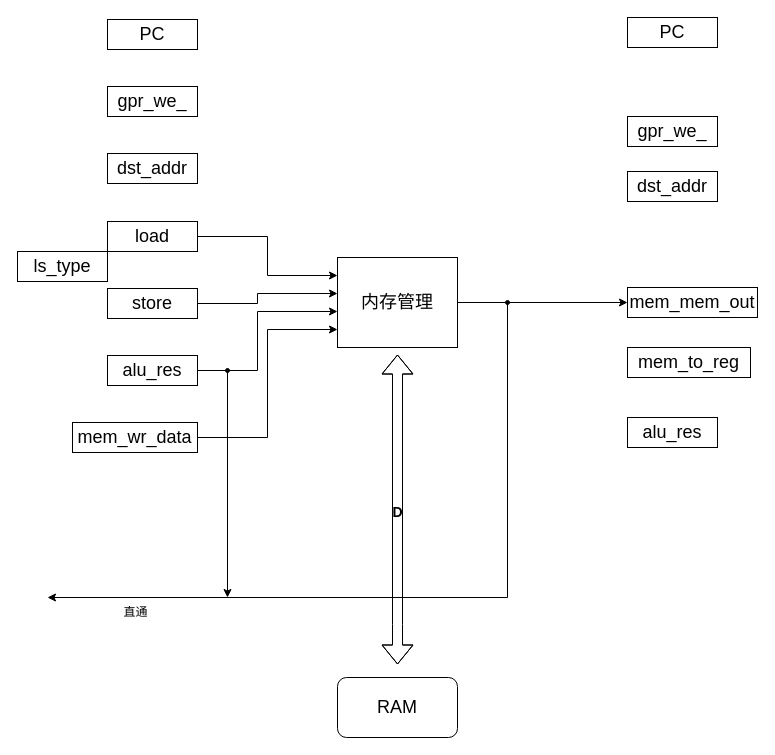
Before: page "MEM阶段" (6 of 7) of Doc/cySOC总系统框图.drawio in Unpdt/cySOC, a draw.io diagram. Source tidied: cells renumbered, new cells numbered last; positions are measured from the earlier drawing's top-left corner, leaving out a move shared by most shapes. Both pictures are drawn from the tidied source at 100%, with x=0, y=0 at pixel (17, 17).
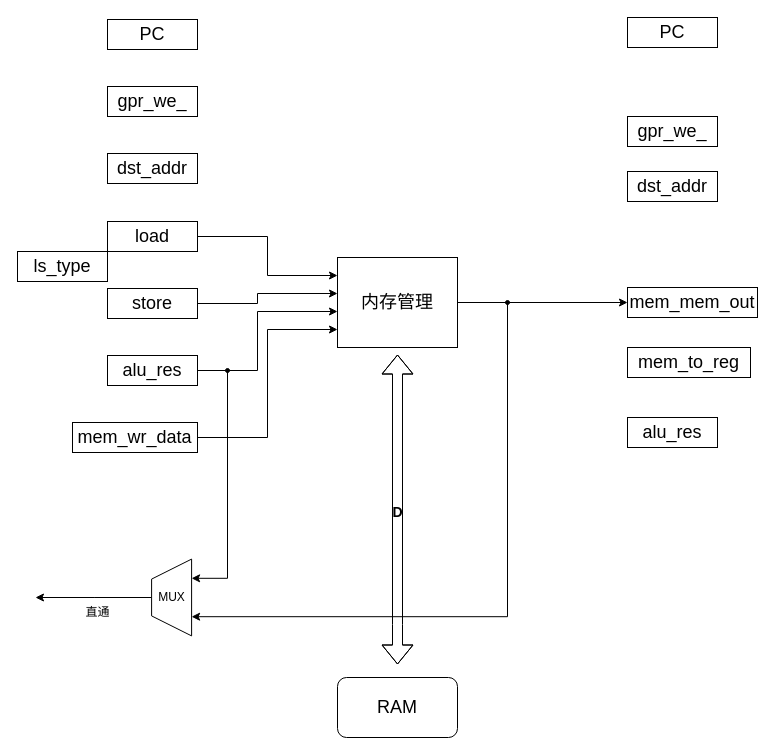
Above is the later version.

Unchanged cells that the change refers to:
```xml
<mxCell id="3" value="&lt;span style=&quot;font-size: 18px;&quot;&gt;alu_res&lt;/span&gt;" style="rounded=0;whiteSpace=wrap;html=1;" parent="1" vertex="1">
  <mxGeometry x="90" y="338" width="90" height="30" as="geometry" />
</mxCell>
<mxCell id="11" value="&lt;font style=&quot;font-size: 18px;&quot;&gt;内存管理&lt;/font&gt;" style="rounded=0;whiteSpace=wrap;html=1;points=[[0,0,0,0,0],[0,0.2,0,0,0],[0,0.4,0,0,0],[0,0.6,0,0,0],[0,0.8,0,0,0],[0,1,0,0,0],[0.25,0,0,0,0],[0.25,1,0,0,0],[0.5,0,0,0,0],[0.5,1,0,0,0],[0.75,0,0,0,0],[0.75,1,0,0,0],[1,0,0,0,0],[1,0.25,0,0,0],[1,0.5,0,0,0],[1,0.75,0,0,0],[1,1,0,0,0]];" parent="1" vertex="1">
  <mxGeometry x="320" y="240" width="120" height="90" as="geometry" />
</mxCell>
```

Change to the diagram source:
```diff
@@
-    <mxCell id="2" style="edgeStyle=orthogonalEdgeStyle;rounded=0;jettySize=auto;html=1;" parent="1" edge="1" source="3">
-      <mxGeometry relative="1" as="geometry">
-        <mxPoint x="210" y="580" as="targetPoint" />
-        <Array as="points">
-          <mxPoint x="210" y="353" />
-          <mxPoint x="210" y="580" />
-        </Array>
-      </mxGeometry>
-    </mxCell>
+    <mxCell id="30" style="edgeStyle=orthogonalEdgeStyle;rounded=0;jettySize=auto;html=1;entryX=0.75;entryY=1;entryDx=0;entryDy=0;" parent="1" edge="1" source="3" target="34">
+      <mxGeometry relative="1" as="geometry">
+        <Array as="points">
+          <mxPoint x="210" y="353" />
+          <mxPoint x="210" y="561" />
+        </Array>
+      </mxGeometry>
+    </mxCell>
@@
-    <mxCell id="10" style="edgeStyle=orthogonalEdgeStyle;rounded=0;jettySize=auto;html=1;exitX=1;exitY=0.5;exitDx=0;exitDy=0;" parent="1" edge="1" source="11">
-      <mxGeometry relative="1" as="geometry">
-        <mxPoint x="30" y="580" as="targetPoint" />
-        <Array as="points">
-          <mxPoint x="490" y="285" />
-          <mxPoint x="490" y="580" />
-          <mxPoint x="30" y="580" />
-        </Array>
-      </mxGeometry>
-    </mxCell>
+    <mxCell id="31" style="edgeStyle=orthogonalEdgeStyle;rounded=0;jettySize=auto;html=1;entryX=0.25;entryY=1;entryDx=0;entryDy=0;" parent="1" edge="1" source="11" target="34">
+      <mxGeometry relative="1" as="geometry">
+        <Array as="points">
+          <mxPoint x="490" y="285" />
+          <mxPoint x="490" y="599" />
+        </Array>
+      </mxGeometry>
+    </mxCell>
@@
     <mxCell id="19" value="直通" style="text;html=1;align=center;verticalAlign=middle;strokeColor=none;fillColor=none;" parent="1" vertex="1">
-      <mxGeometry x="92.5" y="580" width="50" height="30" as="geometry" />
+      <mxGeometry x="55" y="580" width="50" height="30" as="geometry" />
     </mxCell>
@@
+    <mxCell id="32" style="group;rotation=-180;" parent="1" vertex="1">
+      <mxGeometry x="132" y="540" width="48" height="80" as="geometry" />
+    </mxCell>
+    <mxCell id="33" style="edgeStyle=orthogonalEdgeStyle;rounded=0;jettySize=auto;html=1;" parent="32" edge="1" source="34">
+      <mxGeometry relative="1" as="geometry">
+        <mxPoint x="-114" y="40" as="targetPoint" />
+      </mxGeometry>
+    </mxCell>
+    <mxCell id="34" style="shape=trapezoid;perimeter=trapezoidPerimeter;whiteSpace=wrap;html=1;fixedSize=1;rotation=-90;" parent="32" vertex="1">
+      <mxGeometry x="-16.3" y="20" width="76.8" height="40" as="geometry" />
+    </mxCell>
+    <mxCell id="35" value="MUX" style="text;html=1;align=center;verticalAlign=middle;strokeColor=none;fillColor=none;rotation=0;" parent="32" vertex="1">
+      <mxGeometry x="-2.9" y="25" width="50" height="30" as="geometry" />
+    </mxCell>
```
